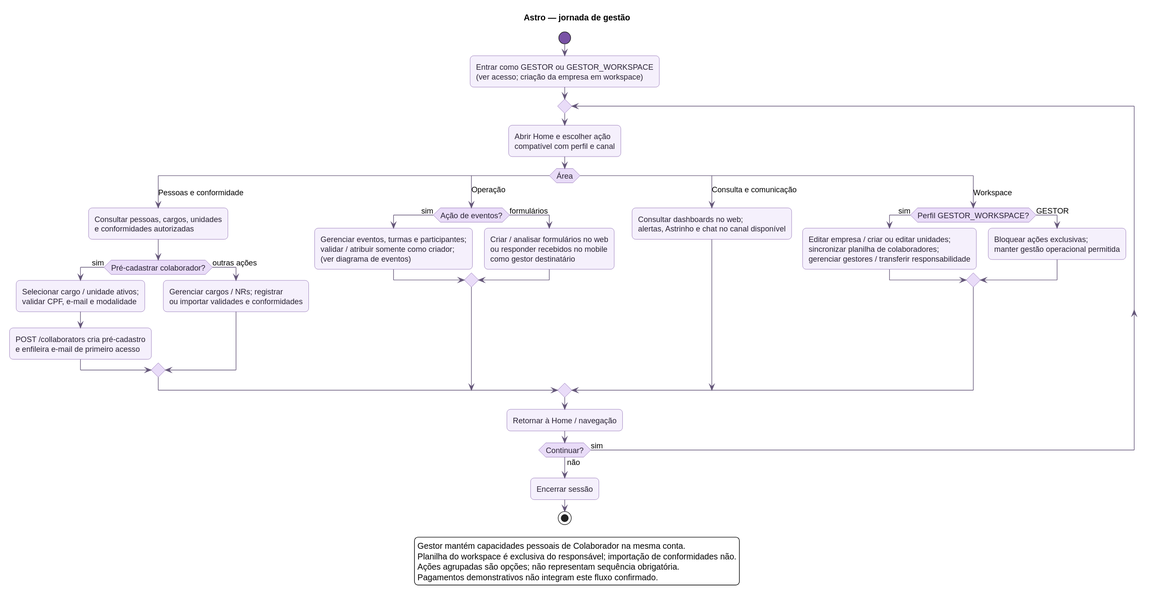
Before: diagrams/rendered/fluxo_gestor.svg, a diagram exported from PlantUML (Astro-Inter/astro-eqs-diagrams). Source of this version:
```plantuml
@startuml
!pragma layout smetana
!include estilo.iuml
title Astro — jornada de gestão
start
:Entrar como GESTOR ou GESTOR_WORKSPACE\n(ver acesso; criação da empresa em workspace);
repeat
  :Abrir Home e escolher ação\ncompatível com perfil e canal;
  switch (Área)
  case (Pessoas e conformidade)
    :Consultar pessoas, cargos, unidades\ne conformidades autorizadas;
    if (Pré-cadastrar colaborador?) then (sim)
      :Selecionar cargo / unidade ativos;\nvalidar CPF, e-mail e modalidade;
      :POST /collaborators cria pré-cadastro\ne enfileira e-mail de primeiro acesso;
    else (outras ações)
      :Gerenciar cargos / NRs; registrar\nou importar validades e conformidades;
    endif
  case (Operação)
    if (Ação de eventos?) then (sim)
      :Gerenciar eventos, turmas e participantes;\nvalidar / atribuir somente como criador;\n(ver diagrama de eventos);
    else (formulários)
      :Criar / analisar formulários no web\nou responder recebidos no mobile\ncomo gestor destinatário;
    endif
  case (Consulta e comunicação)
    :Consultar dashboards no web;\nalertas, Astrinho e chat no canal disponível;
  case (Workspace)
    if (Perfil GESTOR_WORKSPACE?) then (sim)
      :Editar empresa / criar ou editar unidades;\nsincronizar planilha de colaboradores;\ngerenciar gestores / transferir responsabilidade;
    else (GESTOR)
      :Bloquear ações exclusivas;\nmanter gestão operacional permitida;
    endif
  endswitch
  :Retornar à Home / navegação;
repeat while (Continuar?) is (sim) not (não)
:Encerrar sessão;
stop
legend bottom
  Gestor mantém capacidades pessoais de Colaborador na mesma conta.
  Planilha do workspace é exclusiva do responsável; importação de conformidades não.
  Ações agrupadas são opções; não representam sequência obrigatória.
  Pagamentos demonstrativos não integram este fluxo confirmado.
endlegend
@enduml
```
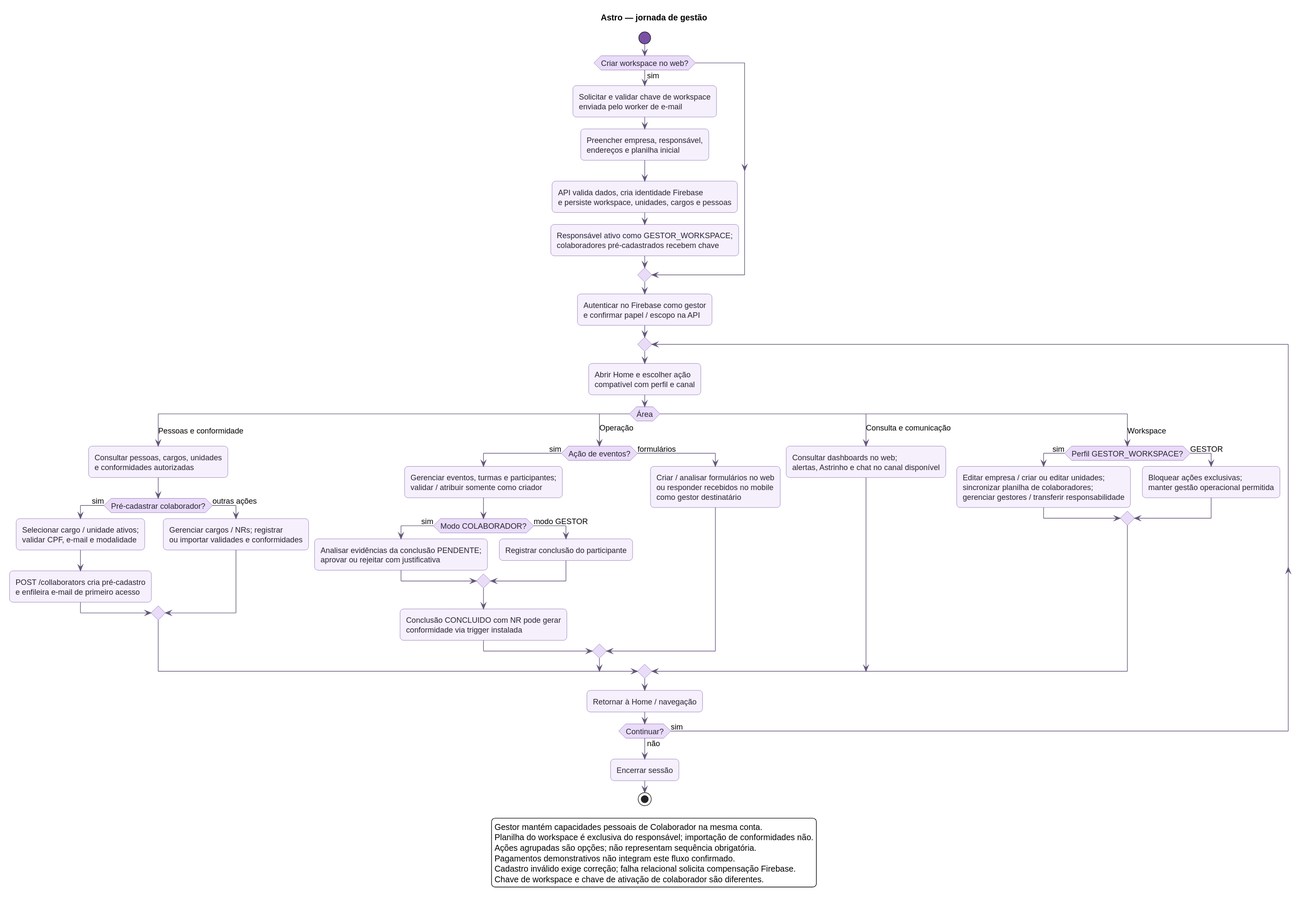
The same diagram one commit later.

What changed in the source:
```diff
@@ -3,7 +3,13 @@
 !include estilo.iuml
 title Astro — jornada de gestão
 start
-:Entrar como GESTOR ou GESTOR_WORKSPACE\n(ver acesso; criação da empresa em workspace);
+if (Criar workspace no web?) then (sim)
+  :Solicitar e validar chave de workspace\nenviada pelo worker de e-mail;
+  :Preencher empresa, responsável,\nendereços e planilha inicial;
+  :API valida dados, cria identidade Firebase\ne persiste workspace, unidades, cargos e pessoas;
+  :Responsável ativo como GESTOR_WORKSPACE;\ncolaboradores pré-cadastrados recebem chave;
+endif
+:Autenticar no Firebase como gestor\ne confirmar papel / escopo na API;
 repeat
   :Abrir Home e escolher ação\ncompatível com perfil e canal;
   switch (Área)
@@ -17,7 +23,13 @@
     endif
   case (Operação)
     if (Ação de eventos?) then (sim)
-      :Gerenciar eventos, turmas e participantes;\nvalidar / atribuir somente como criador;\n(ver diagrama de eventos);
+      :Gerenciar eventos, turmas e participantes;\nvalidar / atribuir somente como criador;
+      if (Modo COLABORADOR?) then (sim)
+        :Analisar evidências da conclusão PENDENTE;\naprovar ou rejeitar com justificativa;
+      else (modo GESTOR)
+        :Registrar conclusão do participante;
+      endif
+      :Conclusão CONCLUIDO com NR pode gerar\nconformidade via trigger instalada;
     else (formulários)
       :Criar / analisar formulários no web\nou responder recebidos no mobile\ncomo gestor destinatário;
     endif
@@ -39,5 +51,7 @@
   Planilha do workspace é exclusiva do responsável; importação de conformidades não.
   Ações agrupadas são opções; não representam sequência obrigatória.
   Pagamentos demonstrativos não integram este fluxo confirmado.
+  Cadastro inválido exige correção; falha relacional solicita compensação Firebase.
+  Chave de workspace e chave de ativação de colaborador são diferentes.
 endlegend
 @enduml
```
